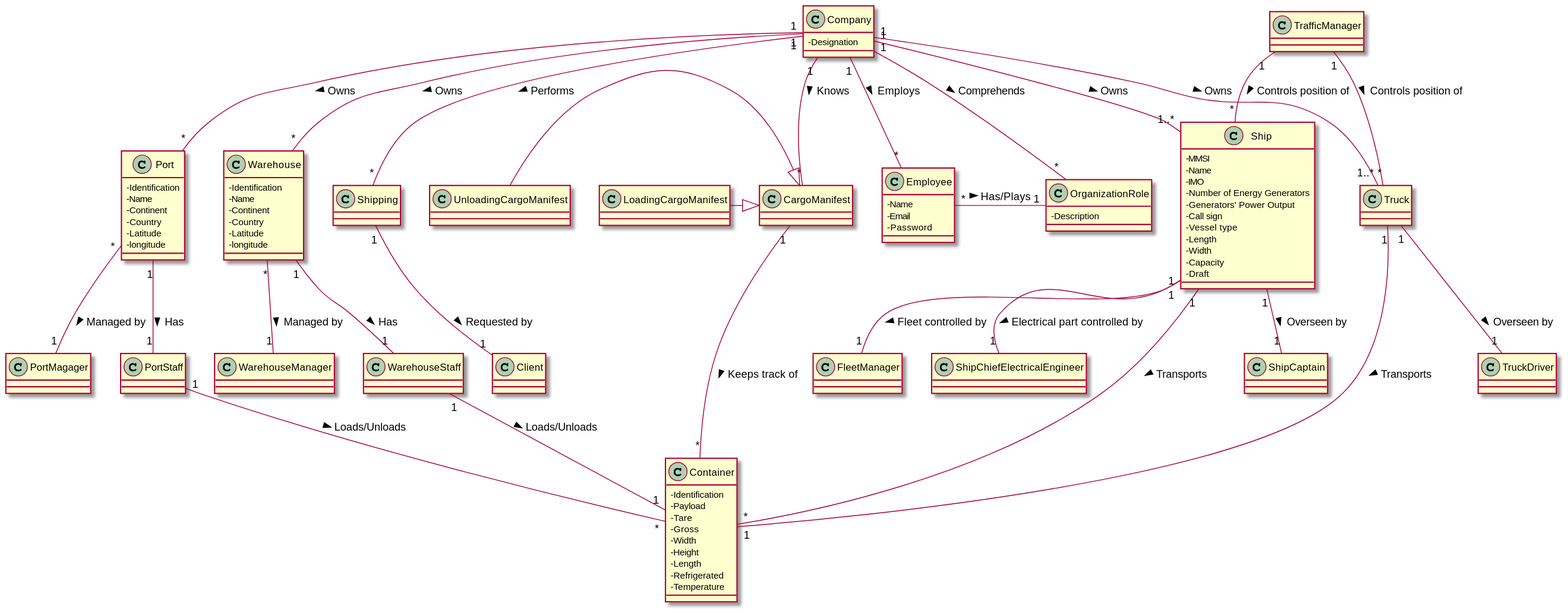
1190772/LAB-Project-3 keeps this PlantUML diagram as docs/Sprint 1/Domain Model/DM.svg. Above is the earlier version.
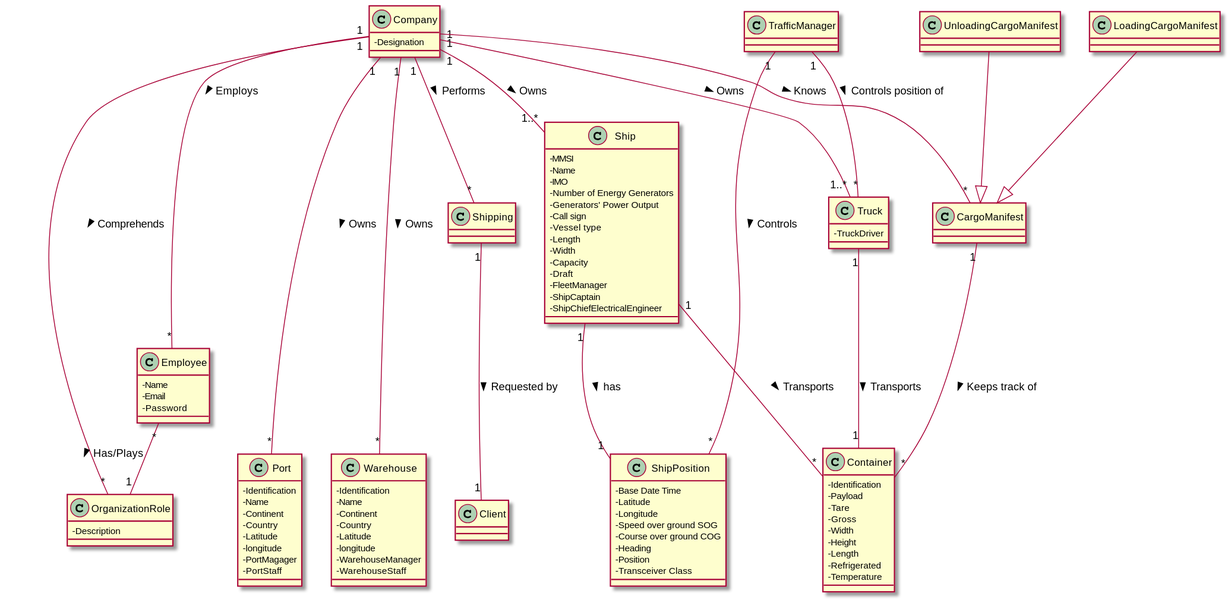
After the change.

Change to the diagram source:
```diff
@@ -30,9 +30,25 @@
 -Width
 -Capacity
 -Draft
+-FleetManager
+-ShipCaptain
+-ShipChiefElectricalEngineer
 }
 
-class Truck
+class ShipPosition {
+-Base Date Time
+-Latitude
+-Longitude
+-Speed over ground SOG
+-Course over ground COG
+-Heading
+-Position
+-Transceiver Class
+}
+
+class Truck {
+-TruckDriver
+}
 
 class Client
 
@@ -43,6 +59,8 @@
 -Country
 -Latitude
 -longitude
+-PortMagager
+-PortStaff
 }
 
 class Warehouse {
@@ -52,6 +70,8 @@
 -Country
 -Latitude
 -longitude
+-WarehouseManager
+-WarehouseStaff
 }
 
 class Employee {
@@ -64,23 +84,7 @@
 -Description
 }
 
-class PortMagager
-
-class WarehouseManager
-
-class ShipCaptain
-
-class TruckDriver
-
-class FleetManager
-
-class ShipChiefElectricalEngineer
-
 class TrafficManager
-
-class WarehouseStaff
-
-class PortStaff
 
 class CargoManifest
 
@@ -91,29 +95,20 @@
 Company "1" -- "*" Shipping : Performs >
 Company "1" -- "1..*" Ship : Owns >
 Company "1" -- "1..*" Truck : Owns >
-Company "1" -- "*" Port : Owns >
-Company "1" -- "*" Warehouse : Owns >
+Company "1" --- "*" Port : Owns >
+Company "1" --- "*" Warehouse : Owns >
 Company "1" -- "*" Employee : Employs >
 Company "1" -- "*" CargoManifest : Knows >
-Company "1" - "*" OrganizationRole : Comprehends >
+Company "1" --- "*" OrganizationRole : Comprehends >
 Employee "*" - "1" OrganizationRole : Has/Plays >
 Shipping "1" -- "1" Client : Requested by >
-Port "*" -- "1" PortMagager : Managed by >
-Port "1" -- "1" PortStaff : Has >
-Warehouse "*" -- "1" WarehouseManager : Managed by >
-Warehouse "1" -- "1" WarehouseStaff : Has >
-Ship "1" -- "1" ShipCaptain : Overseen by >
-Ship "1" -- "1" ShipChiefElectricalEngineer : Electrical part controlled by >
 Ship "1" -- "*" Container : Transports >
-Ship "1" -- "1" FleetManager : Fleet controlled by >
-Truck "1" -- "1" TruckDriver : Overseen by >
-TrafficManager "1" -- "*" Ship : Controls position of >
+Ship "1" -- "1" ShipPosition : has >
+TrafficManager "1" - "*" ShipPosition : Controls >
 TrafficManager "1" -- "*" Truck : Controls position of >
 Truck "1" -- "1" Container : Transports >
-WarehouseStaff "1" -- "1" Container : Loads/Unloads >
-PortStaff "1" -- "*" Container : Loads/Unloads >
-UnloadingCargoManifest -|> CargoManifest
-LoadingCargoManifest -|> CargoManifest
+UnloadingCargoManifest --|> CargoManifest
+LoadingCargoManifest --|> CargoManifest
 CargoManifest "1" -- "*" Container : Keeps track of >
 
 @enduml
```
